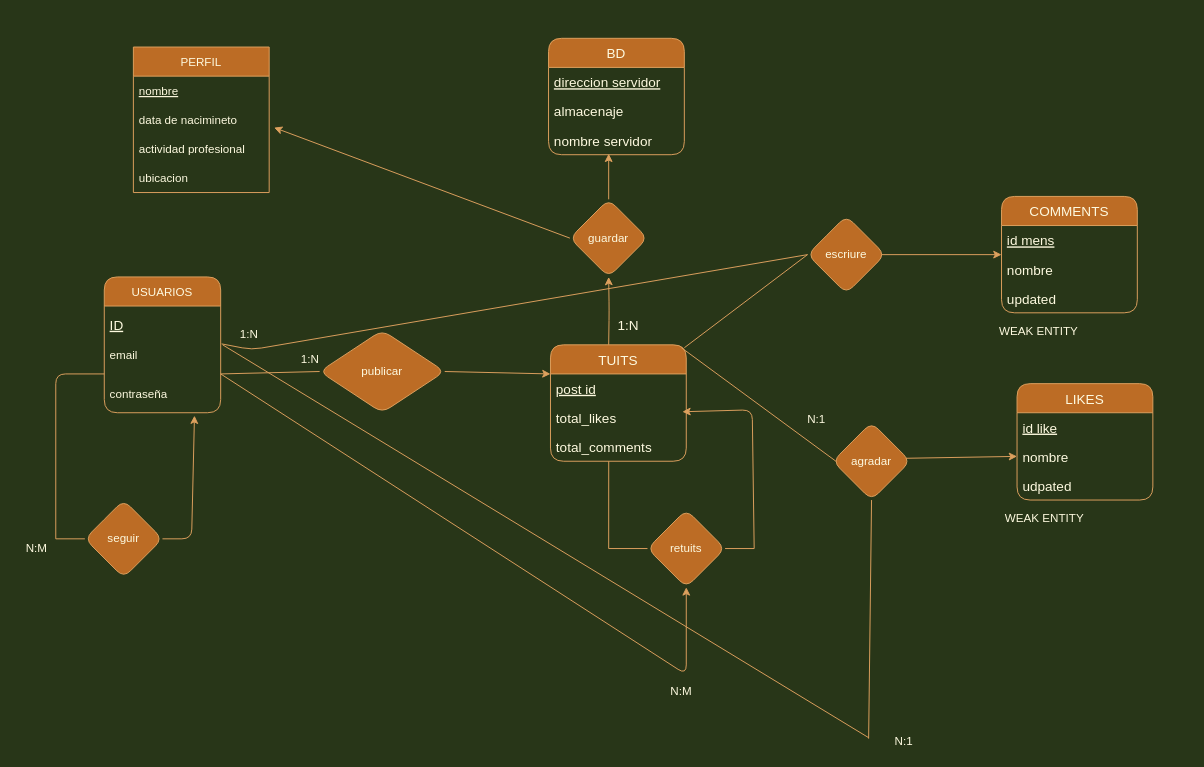
MarcPadrell/Team-4-ta12 keeps this draw.io diagram as Ejercicio16.drawio. Above is the earlier version. Source tidied: cells renumbered, new cells numbered last; positions are measured from the earlier drawing's top-left corner, leaving out a move shared by most shapes. Both pictures are drawn from the tidied source at 97%, with x=0, y=0 at pixel (16, 38).
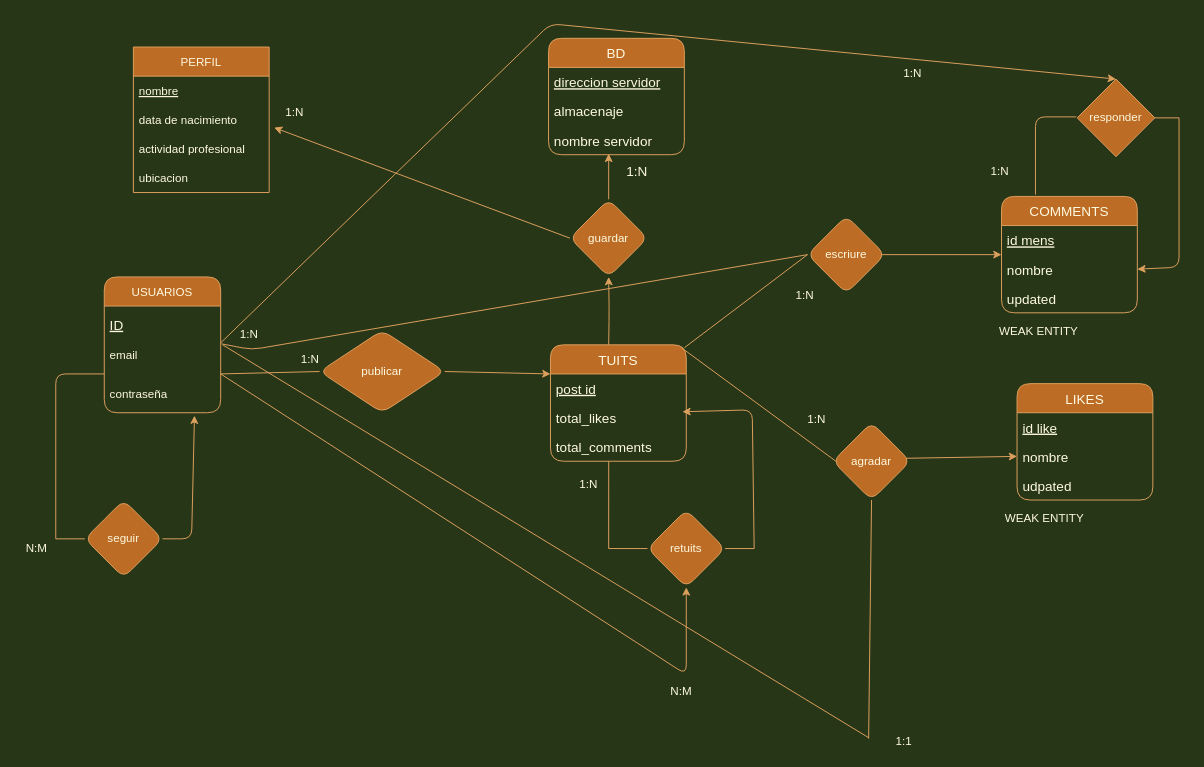
The same page after the edit.

The change refers to these unchanged cells:
```xml
<mxCell id="6" value="guardar" style="rhombus;whiteSpace=wrap;html=1;fillColor=#BC6C25;strokeColor=#DDA15E;fontColor=#FEFAE0;rounded=1;" parent="1" vertex="1">
  <mxGeometry x="570" y="166" width="80" height="80" as="geometry" />
</mxCell>
<mxCell id="7" value="seguir" style="rhombus;whiteSpace=wrap;html=1;fillColor=#BC6C25;strokeColor=#DDA15E;fontColor=#FEFAE0;rounded=1;" parent="1" vertex="1">
  <mxGeometry x="70" y="476" width="80" height="80" as="geometry" />
</mxCell>
<mxCell id="21" value="email" style="text;strokeColor=none;fillColor=none;align=left;verticalAlign=middle;spacingLeft=4;spacingRight=4;overflow=hidden;points=[[0,0.5],[1,0.5]];portConstraint=eastwest;fontColor=#FEFAE0;rounded=1;" parent="19" vertex="1">
  <mxGeometry y="60" width="120" height="40" as="geometry" />
</mxCell>
<mxCell id="22" value="contraseña" style="text;strokeColor=none;fillColor=none;align=left;verticalAlign=middle;spacingLeft=4;spacingRight=4;overflow=hidden;points=[[0,0.5],[1,0.5]];portConstraint=eastwest;fontColor=#FEFAE0;rounded=1;" parent="19" vertex="1">
  <mxGeometry y="100" width="120" height="40" as="geometry" />
</mxCell>
<mxCell id="26" value="total_comments" style="text;strokeColor=none;fillColor=none;align=left;verticalAlign=middle;spacingLeft=4;spacingRight=4;overflow=hidden;points=[[0,0.5],[1,0.5]];portConstraint=eastwest;fontSize=14;fontColor=#FEFAE0;rounded=1;" parent="23" vertex="1">
  <mxGeometry y="90" width="140" height="30" as="geometry" />
</mxCell>
<mxCell id="27" value="COMMENTS" style="swimlane;fontStyle=0;horizontal=1;startSize=30;fontSize=14;fontColor=#FEFAE0;fillColor=#BC6C25;strokeColor=#DDA15E;rounded=1;" parent="1" vertex="1">
  <mxGeometry x="1015" y="163" width="140" height="120" as="geometry" />
</mxCell>
<mxCell id="29" value="nombre" style="text;strokeColor=none;fillColor=none;align=left;verticalAlign=middle;spacingLeft=4;spacingRight=4;overflow=hidden;points=[[0,0.5],[1,0.5]];portConstraint=eastwest;fontSize=14;fontColor=#FEFAE0;rounded=1;" parent="27" vertex="1">
  <mxGeometry y="60" width="140" height="30" as="geometry" />
</mxCell>
<mxCell id="37" value="nombre" style="text;strokeColor=none;fillColor=none;align=left;verticalAlign=middle;spacingLeft=4;spacingRight=4;overflow=hidden;points=[[0,0.5],[1,0.5]];portConstraint=eastwest;fontSize=14;fontColor=#FEFAE0;rounded=1;" parent="35" vertex="1">
  <mxGeometry y="60" width="140" height="30" as="geometry" />
</mxCell>
<mxCell id="43" value="escriure" style="rhombus;whiteSpace=wrap;html=1;fillColor=#BC6C25;strokeColor=#DDA15E;fontColor=#FEFAE0;rounded=1;" parent="1" vertex="1">
  <mxGeometry x="815" y="183" width="80" height="80" as="geometry" />
</mxCell>
<mxCell id="47" value="agradar" style="rhombus;whiteSpace=wrap;html=1;fillColor=#BC6C25;strokeColor=#DDA15E;fontColor=#FEFAE0;rounded=1;" parent="1" vertex="1">
  <mxGeometry x="841" y="396" width="80" height="80" as="geometry" />
</mxCell>
<mxCell id="56" value="PERFIL" style="swimlane;fontStyle=0;horizontal=1;startSize=30;rounded=0;sketch=0;fontColor=#FEFAE0;strokeColor=#DDA15E;fillColor=#BC6C25;" parent="1" vertex="1">
  <mxGeometry x="120" y="9" width="140" height="150" as="geometry" />
</mxCell>
```

Change to the diagram source:
```diff
@@
-    <mxCell id="10" style="endArrow=none;html=1;strokeColor=#DDA15E;fontColor=#FEFAE0;labelBackgroundColor=#283618;entryX=0.429;entryY=1;entryDx=0;entryDy=0;entryPerimeter=0;" parent="1" edge="1" target="26">
+    <mxCell id="10" style="endArrow=none;html=1;strokeColor=#DDA15E;fontColor=#FEFAE0;entryX=0.429;entryY=1;entryDx=0;entryDy=0;entryPerimeter=0;labelBackgroundColor=#283618;" parent="1" edge="1" target="26">
       <mxGeometry relative="1" as="geometry">
         <mxPoint x="610" y="526" as="sourcePoint" />
       </mxGeometry>
     </mxCell>
@@
     <mxCell id="39" value="1:N" style="text;html=1;align=center;verticalAlign=middle;strokeColor=none;fillColor=none;fontSize=14;fontColor=#FEFAE0;rounded=1;" parent="1" vertex="1">
-      <mxGeometry x="610" y="286" width="40" height="20" as="geometry" />
+      <mxGeometry x="619" y="127" width="40" height="20" as="geometry" />
     </mxCell>
-    <mxCell id="40" style="endArrow=classic;html=1;fontSize=14;fontColor=#FEFAE0;exitX=1;exitY=0.5;exitDx=0;exitDy=0;strokeColor=#DDA15E;labelBackgroundColor=#283618;entryX=0.775;entryY=1.075;entryDx=0;entryDy=0;entryPerimeter=0;" parent="1" edge="1" source="7" target="22">
+    <mxCell id="40" style="endArrow=classic;html=1;fontSize=14;fontColor=#FEFAE0;exitX=1;exitY=0.5;exitDx=0;exitDy=0;strokeColor=#DDA15E;entryX=0.775;entryY=1.075;entryDx=0;entryDy=0;entryPerimeter=0;labelBackgroundColor=#283618;" parent="1" edge="1" source="7" target="22">
       <mxGeometry relative="1" as="geometry">
         <Array as="points">
           <mxPoint x="180" y="516" />
         </Array>
       </mxGeometry>
     </mxCell>
-    <mxCell id="41" style="endArrow=none;html=1;strokeColor=#DDA15E;entryX=0;entryY=0.5;entryDx=0;entryDy=0;labelBackgroundColor=#283618;fontColor=#FEFAE0;" parent="1" edge="1" target="43">
+    <mxCell id="41" style="endArrow=none;html=1;strokeColor=#DDA15E;entryX=0;entryY=0.5;entryDx=0;entryDy=0;fontColor=#FEFAE0;labelBackgroundColor=#283618;" parent="1" edge="1" target="43">
       <mxGeometry relative="1" as="geometry">
         <mxPoint x="688" y="319" as="sourcePoint" />
       </mxGeometry>
     </mxCell>
-    <mxCell id="42" style="endArrow=classic;html=1;strokeColor=#DDA15E;labelBackgroundColor=#283618;fontColor=#FEFAE0;entryX=0;entryY=0.5;entryDx=0;entryDy=0;" parent="1" edge="1" target="27">
+    <mxCell id="42" style="endArrow=classic;html=1;strokeColor=#DDA15E;fontColor=#FEFAE0;entryX=0;entryY=0.5;entryDx=0;entryDy=0;labelBackgroundColor=#283618;" parent="1" edge="1" target="27">
       <mxGeometry relative="1" as="geometry">
         <mxPoint x="890" y="223" as="sourcePoint" />
       </mxGeometry>
     </mxCell>
@@
-    <mxCell id="44" style="endArrow=none;html=1;exitX=1.008;exitY=0.225;exitDx=0;exitDy=0;exitPerimeter=0;entryX=0;entryY=0.5;entryDx=0;entryDy=0;strokeColor=#DDA15E;labelBackgroundColor=#283618;fontColor=#FEFAE0;" parent="1" edge="1" source="21" target="43">
+    <mxCell id="44" style="endArrow=none;html=1;exitX=1.008;exitY=0.225;exitDx=0;exitDy=0;exitPerimeter=0;entryX=0;entryY=0.5;entryDx=0;entryDy=0;strokeColor=#DDA15E;fontColor=#FEFAE0;labelBackgroundColor=#283618;" parent="1" edge="1" source="21" target="43">
       <mxGeometry relative="1" as="geometry">
         <Array as="points">
           <mxPoint x="242" y="321" />
         </Array>
       </mxGeometry>
     </mxCell>
-    <mxCell id="45" style="endArrow=classic;html=1;strokeColor=#DDA15E;entryX=0;entryY=0.5;entryDx=0;entryDy=0;labelBackgroundColor=#283618;fontColor=#FEFAE0;" parent="1" edge="1" target="37">
+    <mxCell id="45" style="endArrow=classic;html=1;strokeColor=#DDA15E;entryX=0;entryY=0.5;entryDx=0;entryDy=0;fontColor=#FEFAE0;labelBackgroundColor=#283618;" parent="1" edge="1" target="37">
       <mxGeometry relative="1" as="geometry">
         <mxPoint x="914" y="433" as="sourcePoint" />
       </mxGeometry>
     </mxCell>
-    <mxCell id="46" style="endArrow=none;html=1;strokeColor=#DDA15E;labelBackgroundColor=#283618;fontColor=#FEFAE0;" parent="1" edge="1">
+    <mxCell id="46" style="endArrow=none;html=1;strokeColor=#DDA15E;fontColor=#FEFAE0;labelBackgroundColor=#283618;" parent="1" edge="1">
       <mxGeometry relative="1" as="geometry">
         <mxPoint x="685" y="319" as="sourcePoint" />
         <mxPoint x="847" y="438" as="targetPoint" />
       </mxGeometry>
     </mxCell>
@@
-    <mxCell id="48" style="endArrow=none;html=1;strokeColor=#DDA15E;exitX=1.017;exitY=0.25;exitDx=0;exitDy=0;exitPerimeter=0;labelBackgroundColor=#283618;fontColor=#FEFAE0;" parent="1" edge="1" source="21">
+    <mxCell id="48" style="endArrow=none;html=1;strokeColor=#DDA15E;exitX=1.017;exitY=0.25;exitDx=0;exitDy=0;exitPerimeter=0;fontColor=#FEFAE0;labelBackgroundColor=#283618;" parent="1" edge="1" source="21">
       <mxGeometry relative="1" as="geometry">
         <mxPoint x="878" y="721" as="targetPoint" />
       </mxGeometry>
     </mxCell>
-    <mxCell id="49" style="endArrow=none;html=1;strokeColor=#DDA15E;entryX=0.5;entryY=1;entryDx=0;entryDy=0;labelBackgroundColor=#283618;fontColor=#FEFAE0;" parent="1" edge="1" target="47">
+    <mxCell id="49" style="endArrow=none;html=1;strokeColor=#DDA15E;entryX=0.5;entryY=1;entryDx=0;entryDy=0;fontColor=#FEFAE0;labelBackgroundColor=#283618;" parent="1" edge="1" target="47">
       <mxGeometry relative="1" as="geometry">
         <mxPoint x="878" y="722" as="sourcePoint" />
       </mxGeometry>
     </mxCell>
-    <mxCell id="50" value="N:1" style="text;html=1;align=center;verticalAlign=middle;strokeColor=none;fillColor=none;rounded=1;fontColor=#FEFAE0;" parent="1" vertex="1">
-      <mxGeometry x="899" y="716" width="29" height="18" as="geometry" />
+    <mxCell id="50" value="1:1" style="text;html=1;align=center;verticalAlign=middle;strokeColor=none;fillColor=none;rounded=1;fontColor=#FEFAE0;" parent="1" vertex="1">
+      <mxGeometry x="900" y="716" width="27" height="18" as="geometry" />
     </mxCell>
@@
-    <mxCell id="52" value="N:1" style="text;html=1;align=center;verticalAlign=middle;strokeColor=none;fillColor=none;rounded=1;fontColor=#FEFAE0;" parent="1" vertex="1">
+    <mxCell id="52" value="1:N" style="text;html=1;align=center;verticalAlign=middle;strokeColor=none;fillColor=none;rounded=1;fontColor=#FEFAE0;" parent="1" vertex="1">
       <mxGeometry x="809" y="384" width="29" height="18" as="geometry" />
     </mxCell>
@@
-    <mxCell id="58" value="data de nacimineto" style="text;strokeColor=none;fillColor=none;align=left;verticalAlign=middle;spacingLeft=4;spacingRight=4;overflow=hidden;points=[[0,0.5],[1,0.5]];portConstraint=eastwest;rounded=0;sketch=0;fontColor=#FEFAE0;" parent="56" vertex="1">
+    <mxCell id="58" value="data de nacimiento" style="text;strokeColor=none;fillColor=none;align=left;verticalAlign=middle;spacingLeft=4;spacingRight=4;overflow=hidden;points=[[0,0.5],[1,0.5]];portConstraint=eastwest;rounded=0;sketch=0;fontColor=#FEFAE0;" parent="56" vertex="1">
       <mxGeometry y="60" width="140" height="30" as="geometry" />
     </mxCell>
@@
-    <mxCell id="61" style="endArrow=classic;html=1;rounded=1;sketch=0;fontColor=#FEFAE0;strokeColor=#DDA15E;fillColor=#BC6C25;curved=0;entryX=1.036;entryY=0.767;entryDx=0;entryDy=0;entryPerimeter=0;exitX=0;exitY=0.5;exitDx=0;exitDy=0;" parent="1" edge="1" source="6" target="58">
+    <mxCell id="61" style="endArrow=classic;html=1;rounded=1;sketch=0;fontColor=#FEFAE0;strokeColor=#DDA15E;fillColor=#BC6C25;curved=0;entryX=1.036;entryY=0.767;entryDx=0;entryDy=0;entryPerimeter=0;exitX=0;exitY=0.5;exitDx=0;exitDy=0;labelBackgroundColor=#283618;" parent="1" edge="1" source="6" target="58">
       <mxGeometry relative="1" as="geometry" />
     </mxCell>
+    <mxCell id="62" value="1:N" style="text;html=1;align=center;verticalAlign=middle;strokeColor=none;fillColor=none;fontColor=#FEFAE0;" parent="1" vertex="1">
+      <mxGeometry x="271" y="68" width="29" height="18" as="geometry" />
+    </mxCell>
+    <mxCell id="63" value="1:N" style="text;html=1;align=center;verticalAlign=middle;strokeColor=none;fillColor=none;fontColor=#FEFAE0;" parent="1" vertex="1">
+      <mxGeometry x="797" y="256" width="29" height="18" as="geometry" />
+    </mxCell>
+    <mxCell id="64" value="1:N" style="text;html=1;align=center;verticalAlign=middle;strokeColor=none;fillColor=none;fontColor=#FEFAE0;" parent="1" vertex="1">
+      <mxGeometry x="574" y="451" width="29" height="18" as="geometry" />
+    </mxCell>
+    <mxCell id="65" style="endArrow=none;html=1;rounded=1;sketch=0;fontColor=#FEFAE0;strokeColor=#DDA15E;fillColor=#BC6C25;curved=0;labelBackgroundColor=#283618;" parent="1" edge="1">
+      <mxGeometry relative="1" as="geometry">
+        <mxPoint x="1050" y="161" as="sourcePoint" />
+        <mxPoint x="1092" y="81" as="targetPoint" />
+        <Array as="points">
+          <mxPoint x="1050" y="81" />
+        </Array>
+      </mxGeometry>
+    </mxCell>
+    <mxCell id="66" value="responder" style="rhombus;whiteSpace=wrap;html=1;rounded=0;sketch=0;fontColor=#FEFAE0;strokeColor=#DDA15E;fillColor=#BC6C25;" parent="1" vertex="1">
+      <mxGeometry x="1093" y="42" width="80" height="80" as="geometry" />
+    </mxCell>
+    <mxCell id="67" style="endArrow=classic;html=1;rounded=1;sketch=0;fontColor=#FEFAE0;strokeColor=#DDA15E;fillColor=#BC6C25;curved=0;entryX=1;entryY=0.5;entryDx=0;entryDy=0;labelBackgroundColor=#283618;" parent="1" edge="1" target="29">
+      <mxGeometry relative="1" as="geometry">
+        <mxPoint x="1198" y="82" as="sourcePoint" />
+        <Array as="points">
+          <mxPoint x="1198" y="236" />
+        </Array>
+      </mxGeometry>
+    </mxCell>
+    <mxCell id="68" style="endArrow=none;html=1;rounded=1;sketch=0;fontColor=#FEFAE0;strokeColor=#DDA15E;fillColor=#BC6C25;curved=0;exitX=1;exitY=0.5;exitDx=0;exitDy=0;labelBackgroundColor=#283618;" parent="1" edge="1" source="66">
+      <mxGeometry relative="1" as="geometry">
+        <mxPoint x="1198" y="82" as="targetPoint" />
+      </mxGeometry>
+    </mxCell>
+    <mxCell id="69" value="1:N" style="text;html=1;align=center;verticalAlign=middle;strokeColor=none;fillColor=none;fontColor=#FEFAE0;" parent="1" vertex="1">
+      <mxGeometry x="998" y="128" width="29" height="18" as="geometry" />
+    </mxCell>
+    <mxCell id="70" value="1:N" style="text;html=1;align=center;verticalAlign=middle;strokeColor=none;fillColor=none;fontColor=#FEFAE0;" parent="1" vertex="1">
+      <mxGeometry x="908" y="27" width="29" height="18" as="geometry" />
+    </mxCell>
+    <mxCell id="71" style="endArrow=classic;html=1;rounded=1;sketch=0;fontColor=#FEFAE0;strokeColor=#DDA15E;fillColor=#BC6C25;curved=0;entryX=0.5;entryY=0;entryDx=0;entryDy=0;" parent="1" edge="1" target="66">
+      <mxGeometry relative="1" as="geometry">
+        <mxPoint x="210" y="314" as="sourcePoint" />
+        <Array as="points">
+          <mxPoint x="550" y="-15" />
+        </Array>
+      </mxGeometry>
+    </mxCell>
```
